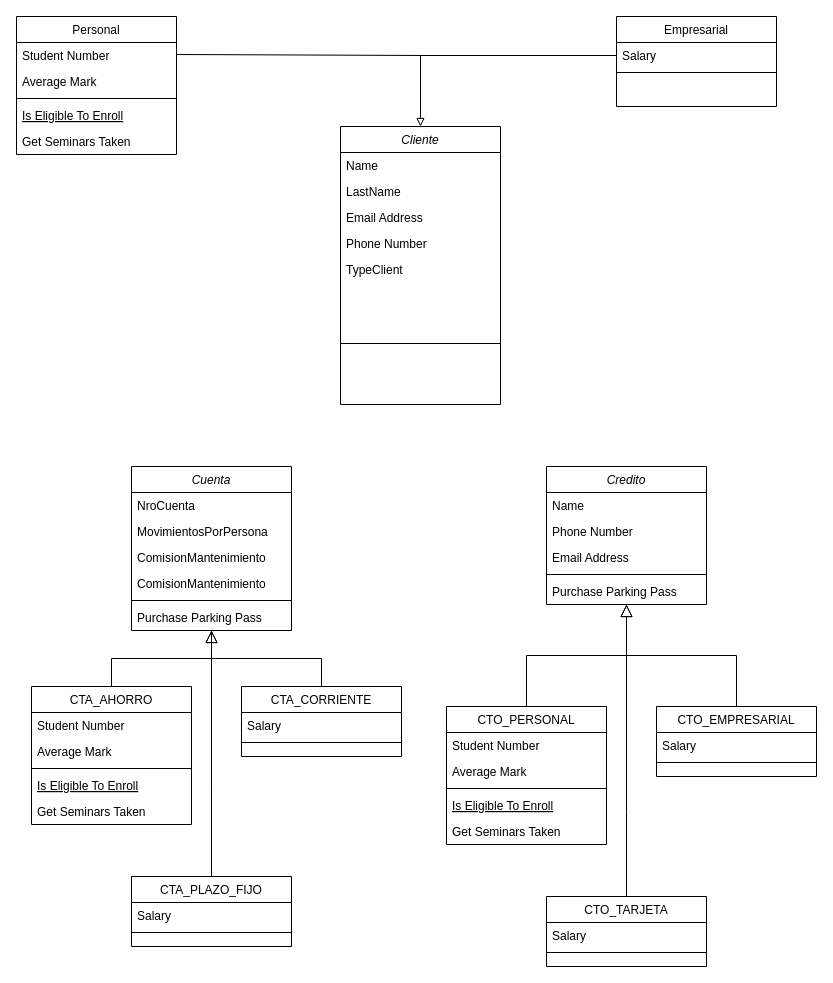
ryusaky/nttdata-bootcamp keeps this draw.io diagram as Diagrama sin título.drawio. Above is the earlier version. Source tidied: cells renumbered, new cells numbered last; positions are measured from the earlier drawing's top-left corner, leaving out a move shared by most shapes. Both pictures are drawn from the tidied source at 100%, with x=0, y=0 at pixel (16, 16).
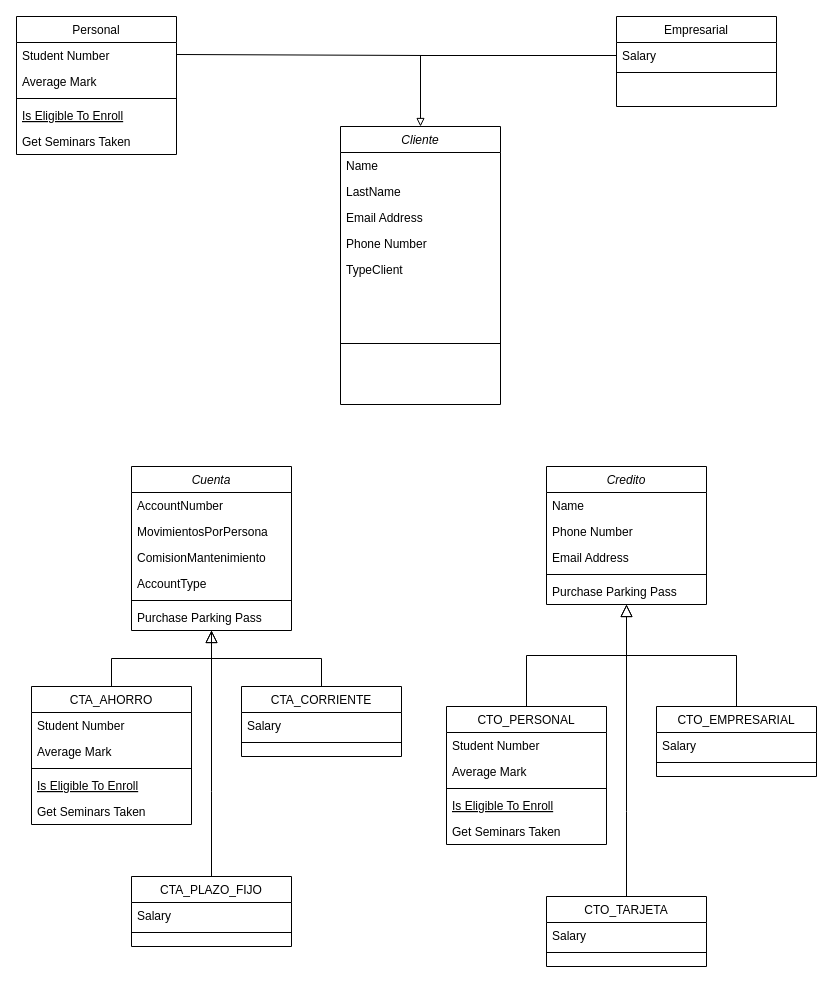
After the change.

The change refers to these unchanged cells:
```xml
<mxCell id="18" value="Cuenta" style="swimlane;fontStyle=2;align=center;verticalAlign=top;horizontal=1;startSize=26;rounded=0;shadow=0;strokeWidth=1;" parent="1" vertex="1">
  <mxGeometry x="115" y="450" width="160" height="164" as="geometry" />
</mxCell>
```

What changed in the source:
```diff
@@
-    <mxCell id="19" value="NroCuenta" style="text;align=left;verticalAlign=top;spacingLeft=4;spacingRight=4;overflow=hidden;" parent="18" vertex="1">
+    <mxCell id="19" value="AccountNumber" style="text;align=left;verticalAlign=top;spacingLeft=4;spacingRight=4;overflow=hidden;" parent="18" vertex="1">
       <mxGeometry y="26" width="160" height="26" as="geometry" />
     </mxCell>
@@
-    <mxCell id="22" value="ComisionMantenimiento" style="text;align=left;verticalAlign=top;spacingLeft=4;spacingRight=4;overflow=hidden;rounded=0;shadow=0;html=0;" parent="18" vertex="1">
+    <mxCell id="22" value="AccountType" style="text;align=left;verticalAlign=top;spacingLeft=4;spacingRight=4;overflow=hidden;rounded=0;shadow=0;html=0;" parent="18" vertex="1">
       <mxGeometry y="104" width="160" height="26" as="geometry" />
     </mxCell>
```
